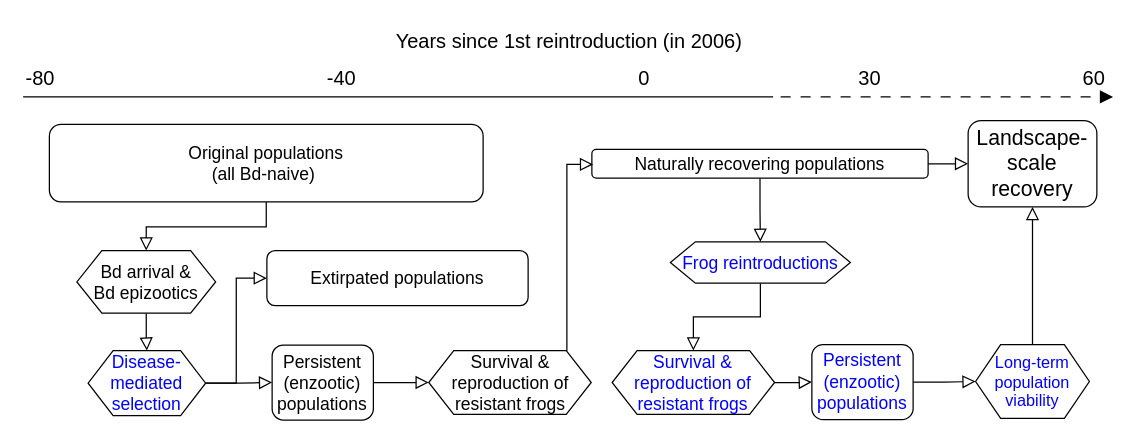
The draw.io diagram doc/manuscript/figures/conceptual_model.drawio in SNARL1/translocation, before the edit. Source tidied: cells renumbered, new cells numbered last; positions are measured from the earlier drawing's top-left corner, leaving out a move shared by most shapes. Both pictures are drawn from the tidied source at 125%, with x=0, y=0 at pixel (21, 21).
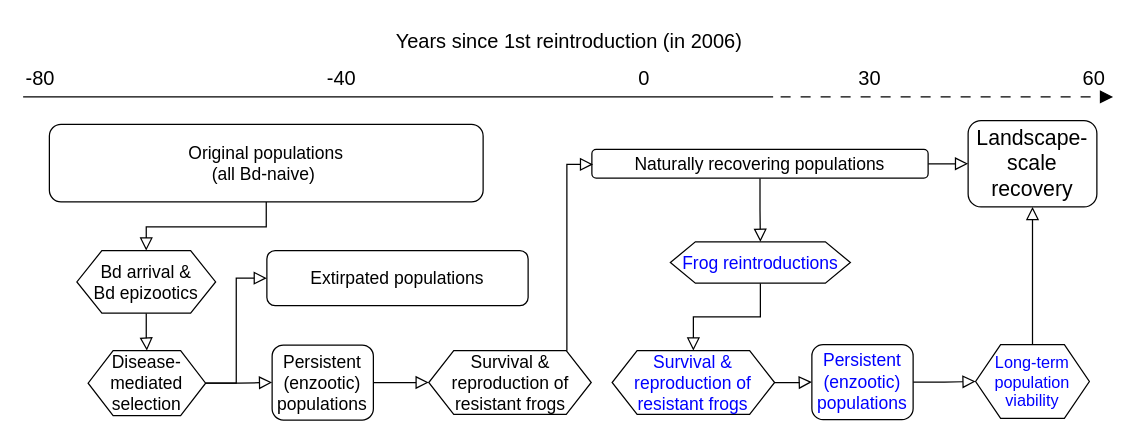
The same diagram, later.

What changed in the source:
```diff
@@
-    <mxCell id="20" value="&lt;font style=&quot;font-size: 14px;&quot; color=&quot;#0000ff&quot;&gt;Disease-mediated selection&lt;/font&gt;" style="shape=hexagon;perimeter=hexagonPerimeter2;whiteSpace=wrap;html=1;fixedSize=1;" parent="1" vertex="1">
+    <mxCell id="20" value="&lt;font style=&quot;font-size: 14px;&quot;&gt;Disease-mediated selection&lt;/font&gt;" style="shape=hexagon;perimeter=hexagonPerimeter2;whiteSpace=wrap;html=1;fixedSize=1;" parent="1" vertex="1">
       <mxGeometry x="53" y="263" width="94" height="52" as="geometry" />
     </mxCell>
```
